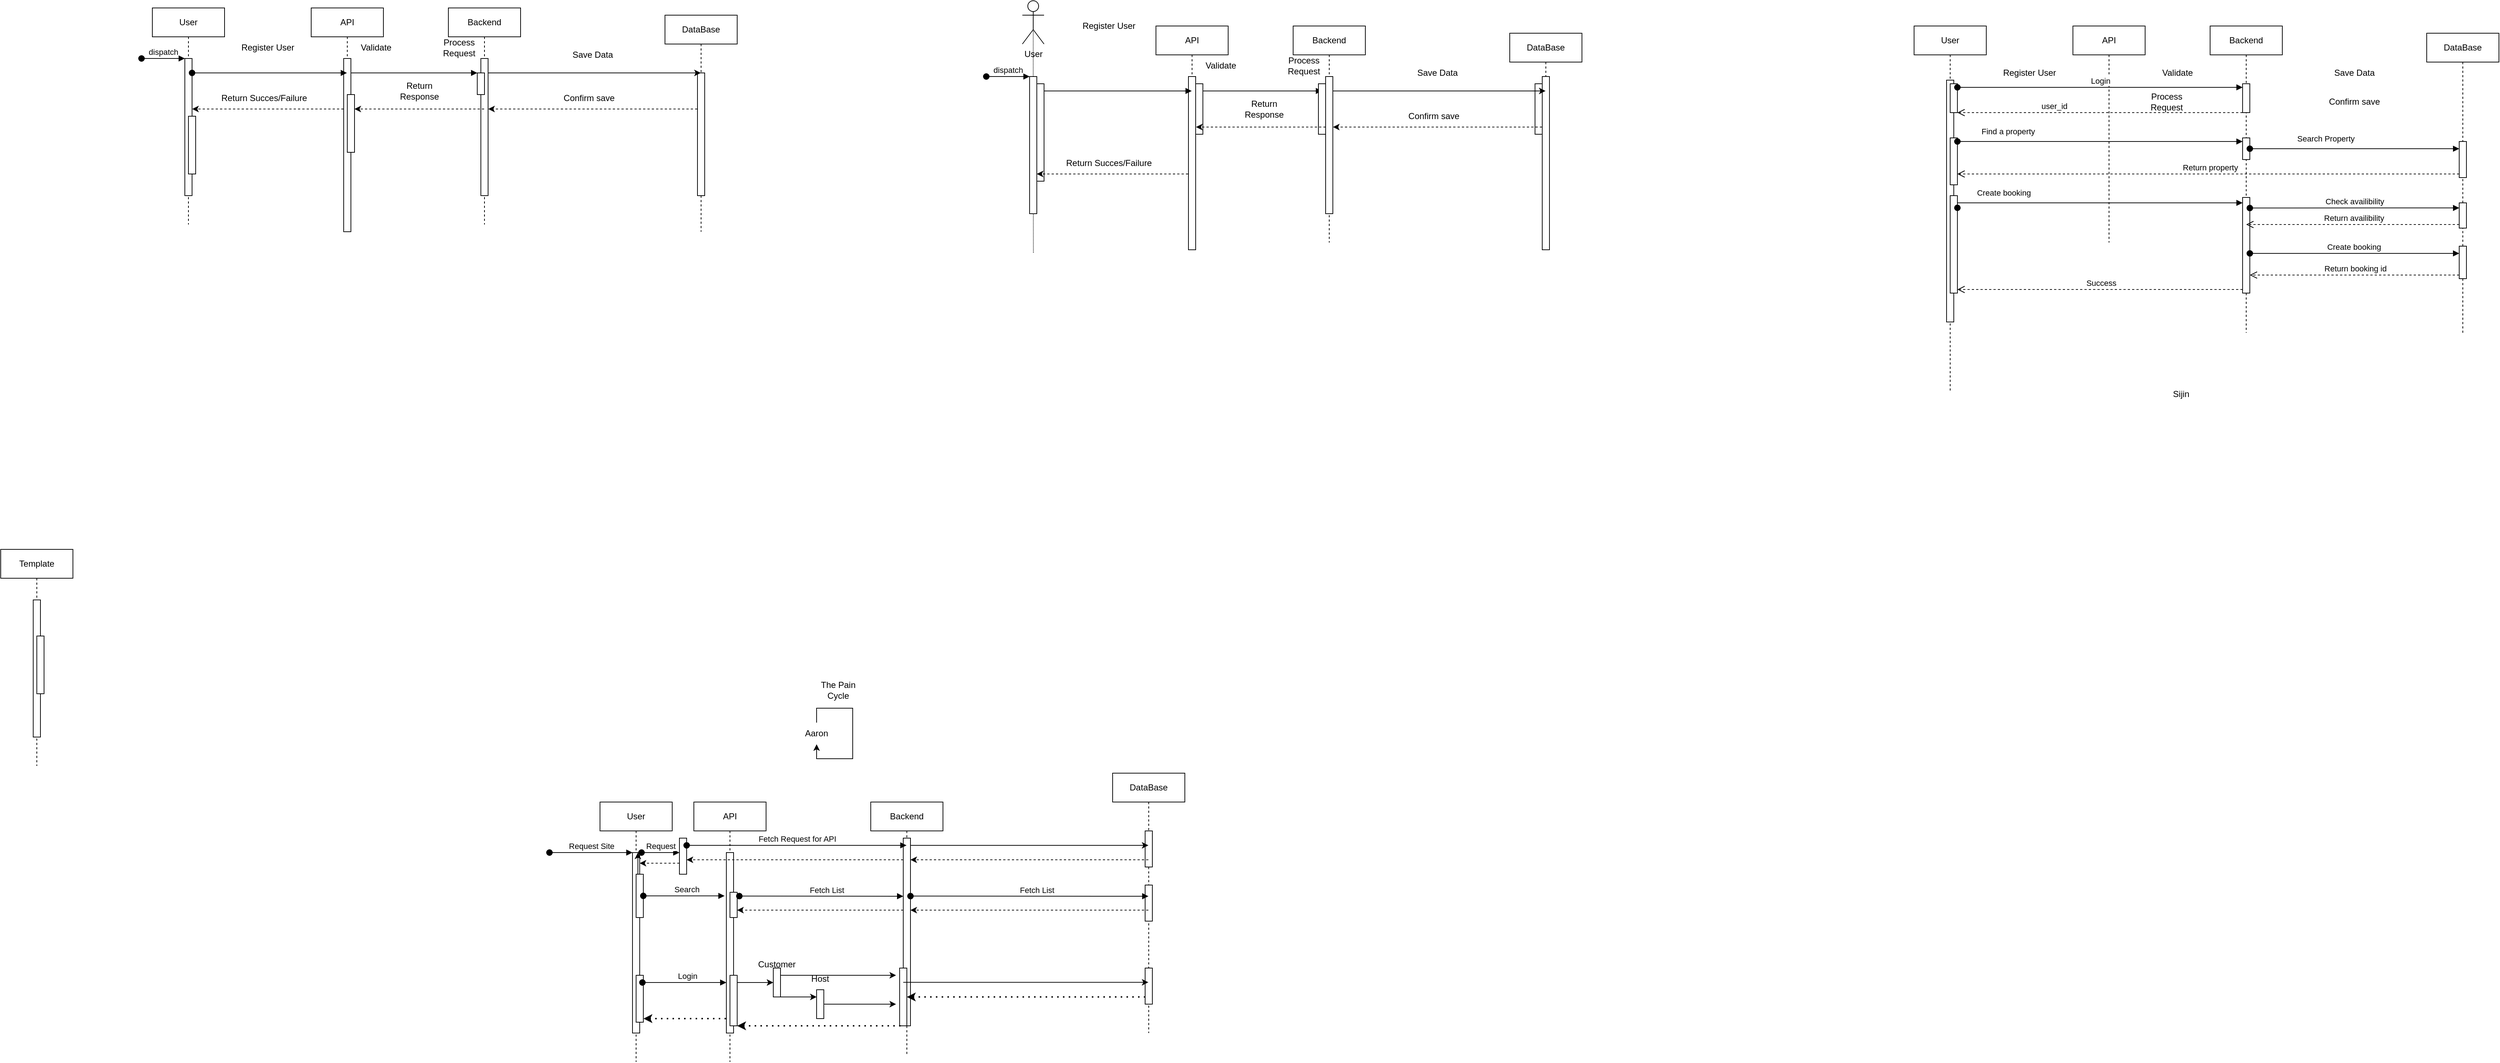
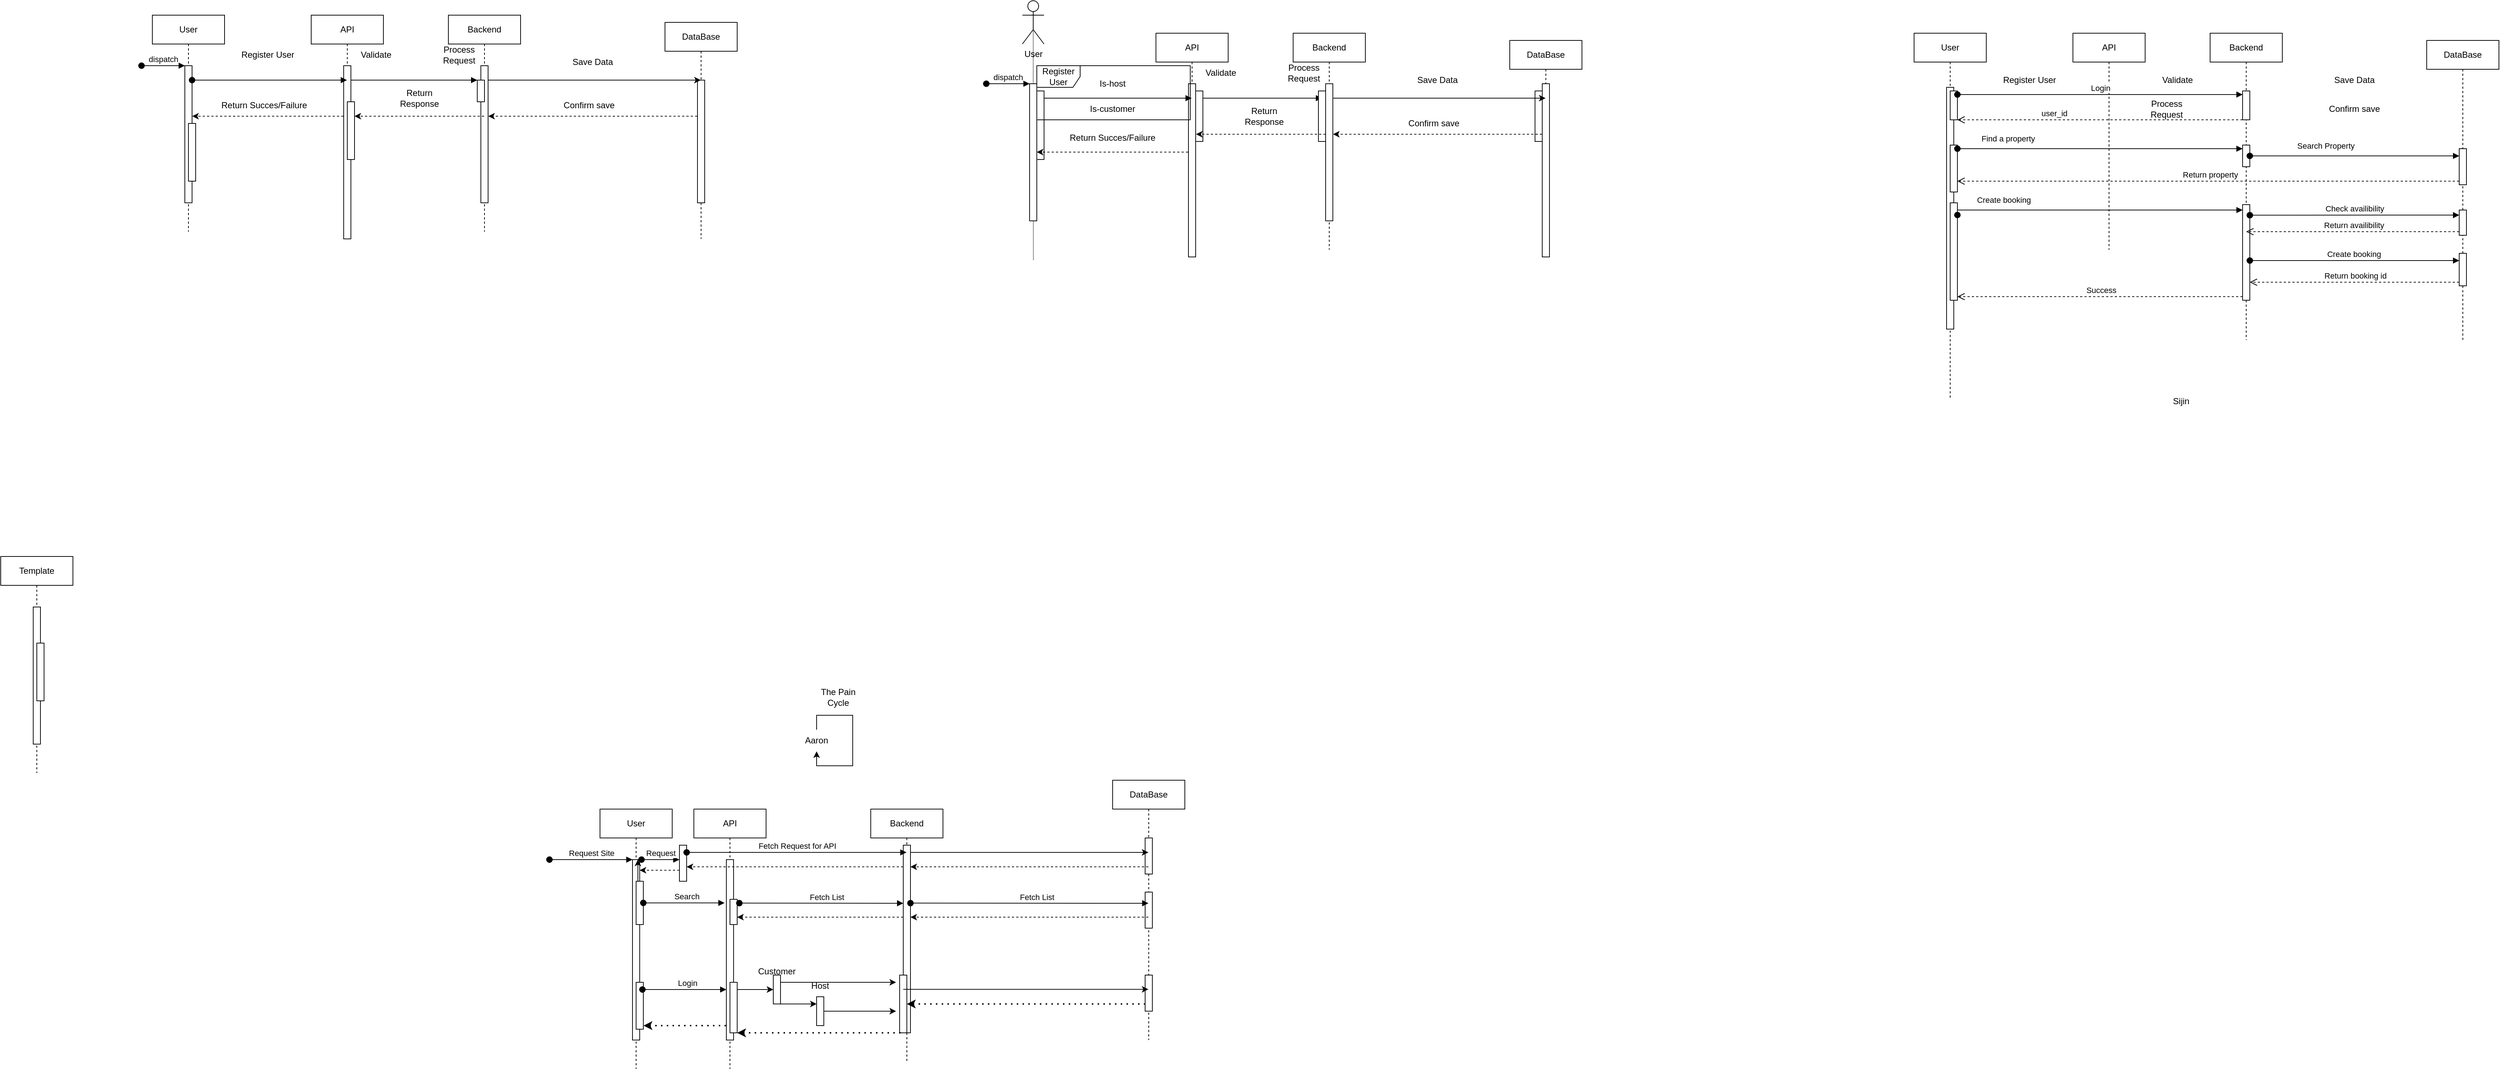
<mxfile host="app.diagrams.net" agent="5.0 (Macintosh; Intel Mac OS X 10_15_7) AppleWebKit/537.36 (KHTML, like Gecko) Chrome/109.0.0.0 Safari/537.36">
  <diagram name="Page-1" id="2YBvvXClWsGukQMizWep">
-     <mxGraphModel dx="2179" dy="649" grid="1" gridSize="10" guides="1" tooltips="1" connect="1" arrows="1" fold="1" page="1" pageScale="1" pageWidth="850" pageHeight="1100" math="0" shadow="0">
+     <mxGraphModel dx="1977" dy="550" grid="1" gridSize="10" guides="1" tooltips="1" connect="1" arrows="1" fold="1" page="1" pageScale="1" pageWidth="850" pageHeight="1100" math="0" shadow="0">
      <root>
        <mxCell id="0" />
        <mxCell id="1" parent="0" />
        <mxCell id="aM9ryv3xv72pqoxQDRHE-1" parent="1" style="shape=umlLifeline;perimeter=lifelinePerimeter;whiteSpace=wrap;html=1;container=0;dropTarget=0;collapsible=0;recursiveResize=0;outlineConnect=0;portConstraint=eastwest;newEdgeStyle={&quot;edgeStyle&quot;:&quot;elbowEdgeStyle&quot;,&quot;elbow&quot;:&quot;vertical&quot;,&quot;curved&quot;:0,&quot;rounded&quot;:0};" value="User" vertex="1">
          <mxGeometry height="300" width="100" x="-610" y="30" as="geometry" />
        </mxCell>
        <mxCell id="aM9ryv3xv72pqoxQDRHE-2" parent="aM9ryv3xv72pqoxQDRHE-1" style="html=1;points=[];perimeter=orthogonalPerimeter;outlineConnect=0;targetShapes=umlLifeline;portConstraint=eastwest;newEdgeStyle={&quot;edgeStyle&quot;:&quot;elbowEdgeStyle&quot;,&quot;elbow&quot;:&quot;vertical&quot;,&quot;curved&quot;:0,&quot;rounded&quot;:0};" value="" vertex="1">
          <mxGeometry height="190" width="10" x="45" y="70" as="geometry" />
        </mxCell>
        <mxCell id="aM9ryv3xv72pqoxQDRHE-3" edge="1" parent="aM9ryv3xv72pqoxQDRHE-1" style="html=1;verticalAlign=bottom;startArrow=oval;endArrow=block;startSize=8;edgeStyle=elbowEdgeStyle;elbow=vertical;curved=0;rounded=0;" target="aM9ryv3xv72pqoxQDRHE-2" value="dispatch">
          <mxGeometry relative="1" as="geometry">
            <mxPoint x="-15" y="70" as="sourcePoint" />
          </mxGeometry>
        </mxCell>
        <mxCell id="aM9ryv3xv72pqoxQDRHE-4" parent="aM9ryv3xv72pqoxQDRHE-1" style="html=1;points=[];perimeter=orthogonalPerimeter;outlineConnect=0;targetShapes=umlLifeline;portConstraint=eastwest;newEdgeStyle={&quot;edgeStyle&quot;:&quot;elbowEdgeStyle&quot;,&quot;elbow&quot;:&quot;vertical&quot;,&quot;curved&quot;:0,&quot;rounded&quot;:0};" value="" vertex="1">
          <mxGeometry height="80" width="10" x="50" y="150" as="geometry" />
        </mxCell>
        <mxCell id="aM9ryv3xv72pqoxQDRHE-5" parent="1" style="shape=umlLifeline;perimeter=lifelinePerimeter;whiteSpace=wrap;html=1;container=0;dropTarget=0;collapsible=0;recursiveResize=0;outlineConnect=0;portConstraint=eastwest;newEdgeStyle={&quot;edgeStyle&quot;:&quot;elbowEdgeStyle&quot;,&quot;elbow&quot;:&quot;vertical&quot;,&quot;curved&quot;:0,&quot;rounded&quot;:0};" value="DataBase" vertex="1">
          <mxGeometry height="300" width="100" x="100" y="40" as="geometry" />
        </mxCell>
        <mxCell id="aM9ryv3xv72pqoxQDRHE-6" parent="aM9ryv3xv72pqoxQDRHE-5" style="html=1;points=[];perimeter=orthogonalPerimeter;outlineConnect=0;targetShapes=umlLifeline;portConstraint=eastwest;newEdgeStyle={&quot;edgeStyle&quot;:&quot;elbowEdgeStyle&quot;,&quot;elbow&quot;:&quot;vertical&quot;,&quot;curved&quot;:0,&quot;rounded&quot;:0};" value="" vertex="1">
          <mxGeometry height="170" width="10" x="45" y="80" as="geometry" />
        </mxCell>
        <mxCell id="aM9ryv3xv72pqoxQDRHE-7" edge="1" parent="1" source="7Z1T8ZwHcXeBXznP6D7j-6" style="html=1;verticalAlign=bottom;endArrow=block;edgeStyle=elbowEdgeStyle;elbow=vertical;curved=0;rounded=0;" target="7Z1T8ZwHcXeBXznP6D7j-11" value="">
          <mxGeometry relative="1" x="0.0616" as="geometry">
            <mxPoint as="offset" />
            <Array as="points">
              <mxPoint x="-200" y="120" />
            </Array>
            <mxPoint x="-445" y="120" as="sourcePoint" />
            <mxPoint x="-160" y="120" as="targetPoint" />
          </mxGeometry>
        </mxCell>
        <mxCell id="7Z1T8ZwHcXeBXznP6D7j-5" parent="1" style="shape=umlLifeline;perimeter=lifelinePerimeter;whiteSpace=wrap;html=1;container=0;dropTarget=0;collapsible=0;recursiveResize=0;outlineConnect=0;portConstraint=eastwest;newEdgeStyle={&quot;edgeStyle&quot;:&quot;elbowEdgeStyle&quot;,&quot;elbow&quot;:&quot;vertical&quot;,&quot;curved&quot;:0,&quot;rounded&quot;:0};" value="API" vertex="1">
          <mxGeometry height="300" width="100" x="-390" y="30" as="geometry" />
        </mxCell>
        <mxCell id="7Z1T8ZwHcXeBXznP6D7j-6" parent="7Z1T8ZwHcXeBXznP6D7j-5" style="html=1;points=[];perimeter=orthogonalPerimeter;outlineConnect=0;targetShapes=umlLifeline;portConstraint=eastwest;newEdgeStyle={&quot;edgeStyle&quot;:&quot;elbowEdgeStyle&quot;,&quot;elbow&quot;:&quot;vertical&quot;,&quot;curved&quot;:0,&quot;rounded&quot;:0};" value="" vertex="1">
          <mxGeometry height="240" width="10" x="45" y="70" as="geometry" />
        </mxCell>
        <mxCell id="7Z1T8ZwHcXeBXznP6D7j-8" parent="7Z1T8ZwHcXeBXznP6D7j-5" style="html=1;points=[];perimeter=orthogonalPerimeter;outlineConnect=0;targetShapes=umlLifeline;portConstraint=eastwest;newEdgeStyle={&quot;edgeStyle&quot;:&quot;elbowEdgeStyle&quot;,&quot;elbow&quot;:&quot;vertical&quot;,&quot;curved&quot;:0,&quot;rounded&quot;:0};" value="" vertex="1">
          <mxGeometry height="80" width="10" x="50" y="120" as="geometry" />
        </mxCell>
        <mxCell id="7Z1T8ZwHcXeBXznP6D7j-9" parent="1" style="shape=umlLifeline;perimeter=lifelinePerimeter;whiteSpace=wrap;html=1;container=0;dropTarget=0;collapsible=0;recursiveResize=0;outlineConnect=0;portConstraint=eastwest;newEdgeStyle={&quot;edgeStyle&quot;:&quot;elbowEdgeStyle&quot;,&quot;elbow&quot;:&quot;vertical&quot;,&quot;curved&quot;:0,&quot;rounded&quot;:0};" value="&lt;div&gt;Backend&lt;/div&gt;" vertex="1">
          <mxGeometry height="300" width="100" x="-200" y="30" as="geometry" />
        </mxCell>
        <mxCell id="7Z1T8ZwHcXeBXznP6D7j-10" parent="7Z1T8ZwHcXeBXznP6D7j-9" style="html=1;points=[];perimeter=orthogonalPerimeter;outlineConnect=0;targetShapes=umlLifeline;portConstraint=eastwest;newEdgeStyle={&quot;edgeStyle&quot;:&quot;elbowEdgeStyle&quot;,&quot;elbow&quot;:&quot;vertical&quot;,&quot;curved&quot;:0,&quot;rounded&quot;:0};" value="" vertex="1">
          <mxGeometry height="190" width="10" x="45" y="70" as="geometry" />
        </mxCell>
        <mxCell id="7Z1T8ZwHcXeBXznP6D7j-11" parent="7Z1T8ZwHcXeBXznP6D7j-9" style="html=1;points=[];perimeter=orthogonalPerimeter;outlineConnect=0;targetShapes=umlLifeline;portConstraint=eastwest;newEdgeStyle={&quot;edgeStyle&quot;:&quot;elbowEdgeStyle&quot;,&quot;elbow&quot;:&quot;vertical&quot;,&quot;curved&quot;:0,&quot;rounded&quot;:0};" value="" vertex="1">
          <mxGeometry height="30" width="10" x="40" y="90" as="geometry" />
        </mxCell>
        <mxCell id="7Z1T8ZwHcXeBXznP6D7j-12" parent="1" style="shape=umlLifeline;perimeter=lifelinePerimeter;whiteSpace=wrap;html=1;container=0;dropTarget=0;collapsible=0;recursiveResize=0;outlineConnect=0;portConstraint=eastwest;newEdgeStyle={&quot;edgeStyle&quot;:&quot;elbowEdgeStyle&quot;,&quot;elbow&quot;:&quot;vertical&quot;,&quot;curved&quot;:0,&quot;rounded&quot;:0};" value="Template" vertex="1">
          <mxGeometry height="300" width="100" x="-820" y="780" as="geometry" />
        </mxCell>
        <mxCell id="7Z1T8ZwHcXeBXznP6D7j-13" parent="7Z1T8ZwHcXeBXznP6D7j-12" style="html=1;points=[];perimeter=orthogonalPerimeter;outlineConnect=0;targetShapes=umlLifeline;portConstraint=eastwest;newEdgeStyle={&quot;edgeStyle&quot;:&quot;elbowEdgeStyle&quot;,&quot;elbow&quot;:&quot;vertical&quot;,&quot;curved&quot;:0,&quot;rounded&quot;:0};" value="" vertex="1">
          <mxGeometry height="190" width="10" x="45" y="70" as="geometry" />
        </mxCell>
        <mxCell id="7Z1T8ZwHcXeBXznP6D7j-14" parent="7Z1T8ZwHcXeBXznP6D7j-12" style="html=1;points=[];perimeter=orthogonalPerimeter;outlineConnect=0;targetShapes=umlLifeline;portConstraint=eastwest;newEdgeStyle={&quot;edgeStyle&quot;:&quot;elbowEdgeStyle&quot;,&quot;elbow&quot;:&quot;vertical&quot;,&quot;curved&quot;:0,&quot;rounded&quot;:0};" value="" vertex="1">
          <mxGeometry height="80" width="10" x="50" y="120" as="geometry" />
        </mxCell>
        <mxCell id="D9VVy2PClrj1YHKQl20F-1" parent="1" style="text;html=1;whiteSpace=wrap;strokeColor=none;fillColor=none;align=center;verticalAlign=middle;rounded=0;" value="Register User" vertex="1">
          <mxGeometry height="30" width="100" x="-500" y="70" as="geometry" />
        </mxCell>
        <mxCell id="D9VVy2PClrj1YHKQl20F-2" parent="1" style="text;html=1;whiteSpace=wrap;strokeColor=none;fillColor=none;align=center;verticalAlign=middle;rounded=0;" value="Validate" vertex="1">
          <mxGeometry height="30" width="60" x="-330" y="70" as="geometry" />
        </mxCell>
        <mxCell id="D9VVy2PClrj1YHKQl20F-3" parent="1" style="text;html=1;whiteSpace=wrap;strokeColor=none;fillColor=none;align=center;verticalAlign=middle;rounded=0;" value="Process Request" vertex="1">
          <mxGeometry height="30" width="60" x="-215" y="70" as="geometry" />
        </mxCell>
        <mxCell id="I_nbtK1dwFWHWanF6EMp-1" parent="1" style="text;html=1;whiteSpace=wrap;strokeColor=none;fillColor=none;align=center;verticalAlign=middle;rounded=0;" value="Save Data" vertex="1">
          <mxGeometry height="30" width="60" x="-30" y="80" as="geometry" />
        </mxCell>
        <mxCell id="I_nbtK1dwFWHWanF6EMp-2" parent="1" style="text;html=1;whiteSpace=wrap;strokeColor=none;fillColor=none;align=center;verticalAlign=middle;rounded=0;" value="Confirm save" vertex="1">
          <mxGeometry height="30" width="80" x="-44.75" y="140" as="geometry" />
        </mxCell>
        <mxCell id="I_nbtK1dwFWHWanF6EMp-3" parent="1" style="text;html=1;whiteSpace=wrap;strokeColor=none;fillColor=none;align=center;verticalAlign=middle;rounded=0;" value="Return Response" vertex="1">
          <mxGeometry height="30" width="60" x="-270" y="130" as="geometry" />
        </mxCell>
        <mxCell id="I_nbtK1dwFWHWanF6EMp-4" parent="1" style="text;html=1;whiteSpace=wrap;strokeColor=none;fillColor=none;align=center;verticalAlign=middle;rounded=0;" value="Return Succes/Failure" vertex="1">
          <mxGeometry height="30" width="140" x="-524.75" y="140" as="geometry" />
        </mxCell>
        <mxCell id="7Z1T8ZwHcXeBXznP6D7j-20" parent="1" style="shape=umlLifeline;perimeter=lifelinePerimeter;whiteSpace=wrap;html=1;container=0;dropTarget=0;collapsible=0;recursiveResize=0;outlineConnect=0;portConstraint=eastwest;newEdgeStyle={&quot;edgeStyle&quot;:&quot;elbowEdgeStyle&quot;,&quot;elbow&quot;:&quot;vertical&quot;,&quot;curved&quot;:0,&quot;rounded&quot;:0};" value="User" vertex="1">
          <mxGeometry height="360" width="100" x="10" y="1130" as="geometry" />
        </mxCell>
        <mxCell id="7Z1T8ZwHcXeBXznP6D7j-21" parent="7Z1T8ZwHcXeBXznP6D7j-20" style="html=1;points=[];perimeter=orthogonalPerimeter;outlineConnect=0;targetShapes=umlLifeline;portConstraint=eastwest;newEdgeStyle={&quot;edgeStyle&quot;:&quot;elbowEdgeStyle&quot;,&quot;elbow&quot;:&quot;vertical&quot;,&quot;curved&quot;:0,&quot;rounded&quot;:0};" value="" vertex="1">
          <mxGeometry height="250" width="10" x="45" y="70" as="geometry" />
        </mxCell>
        <mxCell id="7Z1T8ZwHcXeBXznP6D7j-22" edge="1" parent="7Z1T8ZwHcXeBXznP6D7j-20" style="html=1;verticalAlign=bottom;startArrow=oval;endArrow=block;startSize=8;edgeStyle=elbowEdgeStyle;elbow=vertical;curved=0;rounded=0;" target="7Z1T8ZwHcXeBXznP6D7j-21" value="&lt;div&gt;Request Site&lt;/div&gt;">
          <mxGeometry relative="1" as="geometry">
            <mxPoint x="-70" y="70" as="sourcePoint" />
          </mxGeometry>
        </mxCell>
        <mxCell id="7Z1T8ZwHcXeBXznP6D7j-53" edge="1" parent="7Z1T8ZwHcXeBXznP6D7j-20" source="7Z1T8ZwHcXeBXznP6D7j-23" style="edgeStyle=elbowEdgeStyle;rounded=0;orthogonalLoop=1;jettySize=auto;html=1;elbow=vertical;curved=0;" target="7Z1T8ZwHcXeBXznP6D7j-21">
          <mxGeometry relative="1" as="geometry" />
        </mxCell>
        <mxCell id="7Z1T8ZwHcXeBXznP6D7j-23" parent="7Z1T8ZwHcXeBXznP6D7j-20" style="html=1;points=[];perimeter=orthogonalPerimeter;outlineConnect=0;targetShapes=umlLifeline;portConstraint=eastwest;newEdgeStyle={&quot;edgeStyle&quot;:&quot;elbowEdgeStyle&quot;,&quot;elbow&quot;:&quot;vertical&quot;,&quot;curved&quot;:0,&quot;rounded&quot;:0};" value="" vertex="1">
          <mxGeometry height="60" width="10" x="50" y="100" as="geometry" />
        </mxCell>
        <mxCell id="7Z1T8ZwHcXeBXznP6D7j-61" parent="7Z1T8ZwHcXeBXznP6D7j-20" style="html=1;points=[];perimeter=orthogonalPerimeter;outlineConnect=0;targetShapes=umlLifeline;portConstraint=eastwest;newEdgeStyle={&quot;edgeStyle&quot;:&quot;elbowEdgeStyle&quot;,&quot;elbow&quot;:&quot;vertical&quot;,&quot;curved&quot;:0,&quot;rounded&quot;:0};" value="" vertex="1">
          <mxGeometry height="65" width="10" x="50" y="240" as="geometry" />
        </mxCell>
        <mxCell id="_QFFP_39c0ER-aZENGy8-1" edge="1" parent="1" source="7Z1T8ZwHcXeBXznP6D7j-10" style="endArrow=classic;html=1;rounded=0;" target="aM9ryv3xv72pqoxQDRHE-5" value="">
          <mxGeometry height="50" relative="1" width="50" as="geometry">
            <Array as="points">
              <mxPoint x="10" y="120" />
            </Array>
            <mxPoint x="-150" y="160" as="sourcePoint" />
            <mxPoint x="-100" y="110" as="targetPoint" />
          </mxGeometry>
        </mxCell>
        <mxCell id="7Z1T8ZwHcXeBXznP6D7j-24" parent="1" style="shape=umlLifeline;perimeter=lifelinePerimeter;whiteSpace=wrap;html=1;container=0;dropTarget=0;collapsible=0;recursiveResize=0;outlineConnect=0;portConstraint=eastwest;newEdgeStyle={&quot;edgeStyle&quot;:&quot;elbowEdgeStyle&quot;,&quot;elbow&quot;:&quot;vertical&quot;,&quot;curved&quot;:0,&quot;rounded&quot;:0};" value="DataBase" vertex="1">
          <mxGeometry height="360" width="100" x="720" y="1090" as="geometry" />
        </mxCell>
        <mxCell id="7Z1T8ZwHcXeBXznP6D7j-25" parent="7Z1T8ZwHcXeBXznP6D7j-24" style="html=1;points=[];perimeter=orthogonalPerimeter;outlineConnect=0;targetShapes=umlLifeline;portConstraint=eastwest;newEdgeStyle={&quot;edgeStyle&quot;:&quot;elbowEdgeStyle&quot;,&quot;elbow&quot;:&quot;vertical&quot;,&quot;curved&quot;:0,&quot;rounded&quot;:0};" value="" vertex="1">
          <mxGeometry height="50" width="10" x="45" y="80" as="geometry" />
        </mxCell>
        <mxCell id="7Z1T8ZwHcXeBXznP6D7j-74" parent="7Z1T8ZwHcXeBXznP6D7j-24" style="html=1;points=[];perimeter=orthogonalPerimeter;outlineConnect=0;targetShapes=umlLifeline;portConstraint=eastwest;newEdgeStyle={&quot;edgeStyle&quot;:&quot;elbowEdgeStyle&quot;,&quot;elbow&quot;:&quot;vertical&quot;,&quot;curved&quot;:0,&quot;rounded&quot;:0};" value="" vertex="1">
          <mxGeometry height="50" width="10" x="45" y="155" as="geometry" />
        </mxCell>
        <mxCell id="7Z1T8ZwHcXeBXznP6D7j-81" parent="7Z1T8ZwHcXeBXznP6D7j-24" style="html=1;points=[];perimeter=orthogonalPerimeter;outlineConnect=0;targetShapes=umlLifeline;portConstraint=eastwest;newEdgeStyle={&quot;edgeStyle&quot;:&quot;elbowEdgeStyle&quot;,&quot;elbow&quot;:&quot;vertical&quot;,&quot;curved&quot;:0,&quot;rounded&quot;:0};" value="" vertex="1">
          <mxGeometry height="50" width="10" x="45" y="270" as="geometry" />
        </mxCell>
        <mxCell id="_QFFP_39c0ER-aZENGy8-2" edge="1" parent="1" style="endArrow=classic;html=1;rounded=0;dashed=1;" value="">
          <mxGeometry height="50" relative="1" width="50" as="geometry">
            <Array as="points">
              <mxPoint x="-4.75" y="170" />
            </Array>
            <mxPoint x="144.75" y="169.9999999999999" as="sourcePoint" />
            <mxPoint x="-144.75" y="169.9999999999999" as="targetPoint" />
          </mxGeometry>
        </mxCell>
        <mxCell id="_QFFP_39c0ER-aZENGy8-3" edge="1" parent="1" style="endArrow=classic;html=1;rounded=0;dashed=1;" value="">
          <mxGeometry height="50" relative="1" width="50" as="geometry">
            <Array as="points">
              <mxPoint x="-240" y="170" />
            </Array>
            <mxPoint x="-150.5" y="169.9999999999999" as="sourcePoint" />
            <mxPoint x="-330" y="169.9999999999999" as="targetPoint" />
          </mxGeometry>
        </mxCell>
        <mxCell id="_QFFP_39c0ER-aZENGy8-4" edge="1" parent="1" style="endArrow=classic;html=1;rounded=0;dashed=1;" value="">
          <mxGeometry height="50" relative="1" width="50" as="geometry">
            <Array as="points">
              <mxPoint x="-444.75" y="170" />
            </Array>
            <mxPoint x="-345.25" y="169.9999999999999" as="sourcePoint" />
            <mxPoint x="-554.75" y="169.9999999999999" as="targetPoint" />
          </mxGeometry>
        </mxCell>
        <mxCell id="7Z1T8ZwHcXeBXznP6D7j-30" parent="1" style="shape=umlLifeline;perimeter=lifelinePerimeter;whiteSpace=wrap;html=1;container=0;dropTarget=0;collapsible=0;recursiveResize=0;outlineConnect=0;portConstraint=eastwest;newEdgeStyle={&quot;edgeStyle&quot;:&quot;elbowEdgeStyle&quot;,&quot;elbow&quot;:&quot;vertical&quot;,&quot;curved&quot;:0,&quot;rounded&quot;:0};" value="API" vertex="1">
          <mxGeometry height="360" width="100" x="140" y="1130" as="geometry" />
        </mxCell>
        <mxCell id="7Z1T8ZwHcXeBXznP6D7j-31" parent="7Z1T8ZwHcXeBXznP6D7j-30" style="html=1;points=[];perimeter=orthogonalPerimeter;outlineConnect=0;targetShapes=umlLifeline;portConstraint=eastwest;newEdgeStyle={&quot;edgeStyle&quot;:&quot;elbowEdgeStyle&quot;,&quot;elbow&quot;:&quot;vertical&quot;,&quot;curved&quot;:0,&quot;rounded&quot;:0};" value="" vertex="1">
          <mxGeometry height="250" width="10" x="45" y="70" as="geometry" />
        </mxCell>
        <mxCell id="7Z1T8ZwHcXeBXznP6D7j-52" parent="7Z1T8ZwHcXeBXznP6D7j-30" style="html=1;points=[];perimeter=orthogonalPerimeter;outlineConnect=0;targetShapes=umlLifeline;portConstraint=eastwest;newEdgeStyle={&quot;edgeStyle&quot;:&quot;elbowEdgeStyle&quot;,&quot;elbow&quot;:&quot;vertical&quot;,&quot;curved&quot;:0,&quot;rounded&quot;:0};" value="" vertex="1">
          <mxGeometry height="35" width="10" x="50" y="125" as="geometry" />
        </mxCell>
        <mxCell id="7Z1T8ZwHcXeBXznP6D7j-60" parent="7Z1T8ZwHcXeBXznP6D7j-30" style="html=1;points=[];perimeter=orthogonalPerimeter;outlineConnect=0;targetShapes=umlLifeline;portConstraint=eastwest;newEdgeStyle={&quot;edgeStyle&quot;:&quot;elbowEdgeStyle&quot;,&quot;elbow&quot;:&quot;vertical&quot;,&quot;curved&quot;:0,&quot;rounded&quot;:0};" value="" vertex="1">
          <mxGeometry height="70" width="10" x="50" y="240" as="geometry" />
        </mxCell>
        <mxCell id="7Z1T8ZwHcXeBXznP6D7j-33" parent="1" style="shape=umlLifeline;perimeter=lifelinePerimeter;whiteSpace=wrap;html=1;container=0;dropTarget=0;collapsible=0;recursiveResize=0;outlineConnect=0;portConstraint=eastwest;newEdgeStyle={&quot;edgeStyle&quot;:&quot;elbowEdgeStyle&quot;,&quot;elbow&quot;:&quot;vertical&quot;,&quot;curved&quot;:0,&quot;rounded&quot;:0};" value="&lt;div&gt;Backend&lt;/div&gt;" vertex="1">
          <mxGeometry height="350" width="100" x="385" y="1130" as="geometry" />
        </mxCell>
        <mxCell id="7Z1T8ZwHcXeBXznP6D7j-34" parent="7Z1T8ZwHcXeBXznP6D7j-33" style="html=1;points=[];perimeter=orthogonalPerimeter;outlineConnect=0;targetShapes=umlLifeline;portConstraint=eastwest;newEdgeStyle={&quot;edgeStyle&quot;:&quot;elbowEdgeStyle&quot;,&quot;elbow&quot;:&quot;vertical&quot;,&quot;curved&quot;:0,&quot;rounded&quot;:0};" value="" vertex="1">
          <mxGeometry height="260" width="10" x="45" y="50" as="geometry" />
        </mxCell>
        <mxCell id="7Z1T8ZwHcXeBXznP6D7j-82" parent="7Z1T8ZwHcXeBXznP6D7j-33" style="html=1;points=[];perimeter=orthogonalPerimeter;outlineConnect=0;targetShapes=umlLifeline;portConstraint=eastwest;newEdgeStyle={&quot;edgeStyle&quot;:&quot;elbowEdgeStyle&quot;,&quot;elbow&quot;:&quot;vertical&quot;,&quot;curved&quot;:0,&quot;rounded&quot;:0};" value="" vertex="1">
          <mxGeometry height="80" width="10" x="40" y="230" as="geometry" />
        </mxCell>
        <mxCell id="68ymO_Sjnk0znAFFcrqy-1" parent="1" style="shape=umlLifeline;perimeter=lifelinePerimeter;whiteSpace=wrap;html=1;container=0;dropTarget=0;collapsible=0;recursiveResize=0;outlineConnect=0;portConstraint=eastwest;newEdgeStyle={&quot;edgeStyle&quot;:&quot;elbowEdgeStyle&quot;,&quot;elbow&quot;:&quot;vertical&quot;,&quot;curved&quot;:0,&quot;rounded&quot;:0};" value="User" vertex="1">
          <mxGeometry height="505" width="100" x="1830" y="55" as="geometry" />
        </mxCell>
        <mxCell id="DhhXMbWg79UAvs8icK3S-2" parent="68ymO_Sjnk0znAFFcrqy-1" style="html=1;points=[];perimeter=orthogonalPerimeter;outlineConnect=0;targetShapes=umlLifeline;portConstraint=eastwest;newEdgeStyle={&quot;edgeStyle&quot;:&quot;elbowEdgeStyle&quot;,&quot;elbow&quot;:&quot;vertical&quot;,&quot;curved&quot;:0,&quot;rounded&quot;:0};" value="" vertex="1">
          <mxGeometry height="335" width="10" x="45" y="75" as="geometry" />
        </mxCell>
        <mxCell id="DhhXMbWg79UAvs8icK3S-4" parent="68ymO_Sjnk0znAFFcrqy-1" style="html=1;points=[];perimeter=orthogonalPerimeter;outlineConnect=0;targetShapes=umlLifeline;portConstraint=eastwest;newEdgeStyle={&quot;edgeStyle&quot;:&quot;elbowEdgeStyle&quot;,&quot;elbow&quot;:&quot;vertical&quot;,&quot;curved&quot;:0,&quot;rounded&quot;:0};" value="" vertex="1">
          <mxGeometry height="40" width="10" x="50" y="80" as="geometry" />
        </mxCell>
        <mxCell id="DqHyfR3eGS3xM4o2pyak-10" parent="68ymO_Sjnk0znAFFcrqy-1" style="html=1;points=[];perimeter=orthogonalPerimeter;outlineConnect=0;targetShapes=umlLifeline;portConstraint=eastwest;newEdgeStyle={&quot;edgeStyle&quot;:&quot;elbowEdgeStyle&quot;,&quot;elbow&quot;:&quot;vertical&quot;,&quot;curved&quot;:0,&quot;rounded&quot;:0};" value="&lt;span style=&quot;color: rgba(0, 0, 0, 0); font-family: monospace; font-size: 0px; text-align: start;&quot;&gt;%3CmxGraphModel%3E%3Croot%3E%3CmxCell%20id%3D%220%22%2F%3E%3CmxCell%20id%3D%221%22%20parent%3D%220%22%2F%3E%3CmxCell%20id%3D%222%22%20parent%3D%221%22%20style%3D%22html%3D1%3Bpoints%3D%5B%5D%3Bperimeter%3DorthogonalPerimeter%3BoutlineConnect%3D0%3BtargetShapes%3DumlLifeline%3BportConstraint%3Deastwest%3BnewEdgeStyle%3D%7B%26quot%3BedgeStyle%26quot%3B%3A%26quot%3BelbowEdgeStyle%26quot%3B%2C%26quot%3Belbow%26quot%3B%3A%26quot%3Bvertical%26quot%3B%2C%26quot%3Bcurved%26quot%3B%3A0%2C%26quot%3Brounded%26quot%3B%3A0%7D%3B%22%20value%3D%22%22%20vertex%3D%221%22%3E%3CmxGeometry%20height%3D%2230%22%20width%3D%2210%22%20x%3D%222285%22%20y%3D%22210%22%20as%3D%22geometry%22%2F%3E%3C%2FmxCell%3E%3C%2Froot%3E%3C%2FmxGraphModel%3E&lt;/span&gt;" vertex="1">
          <mxGeometry height="65" width="10" x="50" y="155" as="geometry" />
        </mxCell>
        <mxCell id="DqHyfR3eGS3xM4o2pyak-20" parent="68ymO_Sjnk0znAFFcrqy-1" style="html=1;points=[];perimeter=orthogonalPerimeter;outlineConnect=0;targetShapes=umlLifeline;portConstraint=eastwest;newEdgeStyle={&quot;edgeStyle&quot;:&quot;elbowEdgeStyle&quot;,&quot;elbow&quot;:&quot;vertical&quot;,&quot;curved&quot;:0,&quot;rounded&quot;:0};" value="" vertex="1">
          <mxGeometry height="135" width="10" x="50" y="235" as="geometry" />
        </mxCell>
        <mxCell id="68ymO_Sjnk0znAFFcrqy-5" parent="1" style="shape=umlLifeline;perimeter=lifelinePerimeter;whiteSpace=wrap;html=1;container=0;dropTarget=0;collapsible=0;recursiveResize=0;outlineConnect=0;portConstraint=eastwest;newEdgeStyle={&quot;edgeStyle&quot;:&quot;elbowEdgeStyle&quot;,&quot;elbow&quot;:&quot;vertical&quot;,&quot;curved&quot;:0,&quot;rounded&quot;:0};" value="DataBase" vertex="1">
          <mxGeometry height="415" width="100" x="2540" y="65" as="geometry" />
        </mxCell>
        <mxCell id="68ymO_Sjnk0znAFFcrqy-6" parent="68ymO_Sjnk0znAFFcrqy-5" style="html=1;points=[];perimeter=orthogonalPerimeter;outlineConnect=0;targetShapes=umlLifeline;portConstraint=eastwest;newEdgeStyle={&quot;edgeStyle&quot;:&quot;elbowEdgeStyle&quot;,&quot;elbow&quot;:&quot;vertical&quot;,&quot;curved&quot;:0,&quot;rounded&quot;:0};" value="" vertex="1">
          <mxGeometry height="50" width="10" x="45" y="150" as="geometry" />
        </mxCell>
        <mxCell id="DqHyfR3eGS3xM4o2pyak-24" parent="68ymO_Sjnk0znAFFcrqy-5" style="html=1;points=[];perimeter=orthogonalPerimeter;outlineConnect=0;targetShapes=umlLifeline;portConstraint=eastwest;newEdgeStyle={&quot;edgeStyle&quot;:&quot;elbowEdgeStyle&quot;,&quot;elbow&quot;:&quot;vertical&quot;,&quot;curved&quot;:0,&quot;rounded&quot;:0};" value="" vertex="1">
          <mxGeometry height="35" width="10" x="45" y="235" as="geometry" />
        </mxCell>
        <mxCell id="DqHyfR3eGS3xM4o2pyak-26" parent="68ymO_Sjnk0znAFFcrqy-5" style="html=1;points=[];perimeter=orthogonalPerimeter;outlineConnect=0;targetShapes=umlLifeline;portConstraint=eastwest;newEdgeStyle={&quot;edgeStyle&quot;:&quot;elbowEdgeStyle&quot;,&quot;elbow&quot;:&quot;vertical&quot;,&quot;curved&quot;:0,&quot;rounded&quot;:0};" value="" vertex="1">
          <mxGeometry height="45" width="10" x="45" y="295" as="geometry" />
        </mxCell>
        <mxCell id="68ymO_Sjnk0znAFFcrqy-10" edge="1" parent="1" source="68ymO_Sjnk0znAFFcrqy-16" style="html=1;verticalAlign=bottom;endArrow=open;dashed=1;endSize=8;edgeStyle=elbowEdgeStyle;elbow=vertical;curved=0;rounded=0;" target="DhhXMbWg79UAvs8icK3S-4" value="user_id">
          <mxGeometry relative="1" x="0.325" as="geometry">
            <mxPoint as="offset" />
            <Array as="points">
              <mxPoint x="2260" y="175" />
            </Array>
            <mxPoint x="2260" y="175" as="sourcePoint" />
            <mxPoint x="1910" y="180" as="targetPoint" />
          </mxGeometry>
        </mxCell>
        <mxCell id="68ymO_Sjnk0znAFFcrqy-11" parent="1" style="shape=umlLifeline;perimeter=lifelinePerimeter;whiteSpace=wrap;html=1;container=0;dropTarget=0;collapsible=0;recursiveResize=0;outlineConnect=0;portConstraint=eastwest;newEdgeStyle={&quot;edgeStyle&quot;:&quot;elbowEdgeStyle&quot;,&quot;elbow&quot;:&quot;vertical&quot;,&quot;curved&quot;:0,&quot;rounded&quot;:0};" value="API" vertex="1">
          <mxGeometry height="300" width="100" x="2050" y="55" as="geometry" />
        </mxCell>
        <mxCell id="68ymO_Sjnk0znAFFcrqy-14" parent="1" style="shape=umlLifeline;perimeter=lifelinePerimeter;whiteSpace=wrap;html=1;container=0;dropTarget=0;collapsible=0;recursiveResize=0;outlineConnect=0;portConstraint=eastwest;newEdgeStyle={&quot;edgeStyle&quot;:&quot;elbowEdgeStyle&quot;,&quot;elbow&quot;:&quot;vertical&quot;,&quot;curved&quot;:0,&quot;rounded&quot;:0};" value="&lt;div&gt;Backend&lt;/div&gt;" vertex="1">
          <mxGeometry height="425" width="100" x="2240" y="55" as="geometry" />
        </mxCell>
        <mxCell id="68ymO_Sjnk0znAFFcrqy-16" parent="68ymO_Sjnk0znAFFcrqy-14" style="html=1;points=[];perimeter=orthogonalPerimeter;outlineConnect=0;targetShapes=umlLifeline;portConstraint=eastwest;newEdgeStyle={&quot;edgeStyle&quot;:&quot;elbowEdgeStyle&quot;,&quot;elbow&quot;:&quot;vertical&quot;,&quot;curved&quot;:0,&quot;rounded&quot;:0};" value="" vertex="1">
          <mxGeometry height="40" width="10" x="45" y="80" as="geometry" />
        </mxCell>
        <mxCell id="DqHyfR3eGS3xM4o2pyak-22" parent="68ymO_Sjnk0znAFFcrqy-14" style="html=1;points=[];perimeter=orthogonalPerimeter;outlineConnect=0;targetShapes=umlLifeline;portConstraint=eastwest;newEdgeStyle={&quot;edgeStyle&quot;:&quot;elbowEdgeStyle&quot;,&quot;elbow&quot;:&quot;vertical&quot;,&quot;curved&quot;:0,&quot;rounded&quot;:0};" value="" vertex="1">
          <mxGeometry height="132.5" width="10" x="45" y="237.5" as="geometry" />
        </mxCell>
        <mxCell id="68ymO_Sjnk0znAFFcrqy-17" edge="1" parent="1" source="DhhXMbWg79UAvs8icK3S-4" style="html=1;verticalAlign=bottom;startArrow=oval;endArrow=block;startSize=8;edgeStyle=elbowEdgeStyle;elbow=vertical;curved=0;rounded=0;" target="68ymO_Sjnk0znAFFcrqy-16" value="Login">
          <mxGeometry relative="1" as="geometry">
            <Array as="points">
              <mxPoint x="2270" y="140" />
            </Array>
            <mxPoint x="1900" y="140" as="sourcePoint" />
            <mxPoint x="2270" y="140" as="targetPoint" />
          </mxGeometry>
        </mxCell>
        <mxCell id="68ymO_Sjnk0znAFFcrqy-18" parent="1" style="text;html=1;whiteSpace=wrap;strokeColor=none;fillColor=none;align=center;verticalAlign=middle;rounded=0;" value="Register User" vertex="1">
          <mxGeometry height="30" width="100" x="1940" y="105" as="geometry" />
        </mxCell>
        <mxCell id="68ymO_Sjnk0znAFFcrqy-19" parent="1" style="text;html=1;whiteSpace=wrap;strokeColor=none;fillColor=none;align=center;verticalAlign=middle;rounded=0;" value="Validate" vertex="1">
          <mxGeometry height="30" width="60" x="2165" y="105" as="geometry" />
        </mxCell>
        <mxCell id="68ymO_Sjnk0znAFFcrqy-20" parent="1" style="text;html=1;whiteSpace=wrap;strokeColor=none;fillColor=none;align=center;verticalAlign=middle;rounded=0;" value="Process Request" vertex="1">
          <mxGeometry height="30" width="60" x="2150" y="145" as="geometry" />
        </mxCell>
        <mxCell id="68ymO_Sjnk0znAFFcrqy-21" parent="1" style="text;html=1;whiteSpace=wrap;strokeColor=none;fillColor=none;align=center;verticalAlign=middle;rounded=0;" value="Save Data" vertex="1">
          <mxGeometry height="30" width="60" x="2410" y="105" as="geometry" />
        </mxCell>
        <mxCell id="68ymO_Sjnk0znAFFcrqy-22" parent="1" style="text;html=1;whiteSpace=wrap;strokeColor=none;fillColor=none;align=center;verticalAlign=middle;rounded=0;" value="Confirm save" vertex="1">
          <mxGeometry height="30" width="80" x="2400" y="145" as="geometry" />
        </mxCell>
        <mxCell id="7Z1T8ZwHcXeBXznP6D7j-44" parent="1" style="html=1;points=[];perimeter=orthogonalPerimeter;outlineConnect=0;targetShapes=umlLifeline;portConstraint=eastwest;newEdgeStyle={&quot;edgeStyle&quot;:&quot;elbowEdgeStyle&quot;,&quot;elbow&quot;:&quot;vertical&quot;,&quot;curved&quot;:0,&quot;rounded&quot;:0};" value="" vertex="1">
          <mxGeometry height="50" width="10" x="120" y="1180" as="geometry" />
        </mxCell>
        <mxCell id="DhhXMbWg79UAvs8icK3S-5" parent="1" style="text;html=1;whiteSpace=wrap;strokeColor=none;fillColor=none;align=center;verticalAlign=middle;rounded=0;" value="Sijin" vertex="1">
          <mxGeometry height="30" width="140" x="2130" y="550" as="geometry" />
        </mxCell>
        <mxCell id="7Z1T8ZwHcXeBXznP6D7j-45" edge="1" parent="1" style="html=1;verticalAlign=bottom;startArrow=oval;endArrow=block;startSize=8;edgeStyle=elbowEdgeStyle;elbow=vertical;curved=0;rounded=0;" value="&lt;div&gt;Request&lt;/div&gt;">
          <mxGeometry relative="1" as="geometry">
            <mxPoint x="67.5" y="1200" as="sourcePoint" />
            <mxPoint x="120" y="1200" as="targetPoint" />
          </mxGeometry>
        </mxCell>
        <mxCell id="7Z1T8ZwHcXeBXznP6D7j-46" edge="1" parent="1" style="html=1;verticalAlign=bottom;startArrow=oval;endArrow=block;startSize=8;edgeStyle=elbowEdgeStyle;elbow=vertical;curved=0;rounded=0;" target="7Z1T8ZwHcXeBXznP6D7j-33" value="Fetch Request for API">
          <mxGeometry relative="1" as="geometry">
            <mxPoint x="130" y="1190" as="sourcePoint" />
            <mxPoint x="182.5" y="1190" as="targetPoint" />
          </mxGeometry>
        </mxCell>
        <mxCell id="7Z1T8ZwHcXeBXznP6D7j-48" edge="1" parent="1" source="7Z1T8ZwHcXeBXznP6D7j-24" style="endArrow=classic;html=1;rounded=0;dashed=1;" value="">
          <mxGeometry height="50" relative="1" width="50" as="geometry">
            <Array as="points">
              <mxPoint x="635.11" y="1210" />
            </Array>
            <mxPoint x="760" y="1210" as="sourcePoint" />
            <mxPoint x="440.0039393939395" y="1210" as="targetPoint" />
          </mxGeometry>
        </mxCell>
        <mxCell id="7Z1T8ZwHcXeBXznP6D7j-49" edge="1" parent="1" source="7Z1T8ZwHcXeBXznP6D7j-34" style="endArrow=classic;html=1;rounded=0;dashed=1;" target="7Z1T8ZwHcXeBXznP6D7j-44" value="">
          <mxGeometry height="50" relative="1" width="50" as="geometry">
            <Array as="points">
              <mxPoint x="410" y="1210" />
              <mxPoint x="400" y="1210" />
            </Array>
            <mxPoint x="434.75" y="1260" as="sourcePoint" />
            <mxPoint x="270" y="1260" as="targetPoint" />
          </mxGeometry>
        </mxCell>
        <mxCell id="7Z1T8ZwHcXeBXznP6D7j-50" edge="1" parent="1" style="endArrow=classic;html=1;rounded=0;dashed=1;" value="">
          <mxGeometry height="50" relative="1" width="50" as="geometry">
            <Array as="points">
              <mxPoint x="90" y="1214.75" />
            </Array>
            <mxPoint x="120" y="1214.75" as="sourcePoint" />
            <mxPoint x="65" y="1214.75" as="targetPoint" />
          </mxGeometry>
        </mxCell>
        <mxCell id="7Z1T8ZwHcXeBXznP6D7j-51" edge="1" parent="1" source="7Z1T8ZwHcXeBXznP6D7j-23" style="html=1;verticalAlign=bottom;startArrow=oval;endArrow=block;startSize=8;edgeStyle=elbowEdgeStyle;elbow=vertical;curved=0;rounded=0;" value="Search">
          <mxGeometry relative="1" x="0.0652" as="geometry">
            <mxPoint as="offset" />
            <mxPoint x="80" y="1260" as="sourcePoint" />
            <mxPoint x="182.5" y="1260" as="targetPoint" />
          </mxGeometry>
        </mxCell>
        <mxCell id="7Z1T8ZwHcXeBXznP6D7j-54" edge="1" parent="1" style="html=1;verticalAlign=bottom;startArrow=oval;endArrow=block;startSize=8;edgeStyle=elbowEdgeStyle;elbow=vertical;curved=0;rounded=0;" target="7Z1T8ZwHcXeBXznP6D7j-34" value="&lt;div&gt;Fetch List&lt;/div&gt;">
          <mxGeometry relative="1" x="0.0652" as="geometry">
            <mxPoint as="offset" />
            <mxPoint x="203" y="1260.3000000000002" as="sourcePoint" />
            <mxPoint x="420" y="1260" as="targetPoint" />
          </mxGeometry>
        </mxCell>
        <mxCell id="RGL2uUVUx_PTmSJQ5p5J-2" edge="1" parent="1" style="html=1;verticalAlign=bottom;startArrow=oval;endArrow=block;startSize=8;edgeStyle=elbowEdgeStyle;elbow=vertical;curved=0;rounded=0;" target="7Z1T8ZwHcXeBXznP6D7j-5" value="">
          <mxGeometry relative="1" x="-0.3939" y="10" as="geometry">
            <mxPoint as="offset" />
            <mxPoint x="-555" y="120" as="sourcePoint" />
            <mxPoint x="-500" y="120" as="targetPoint" />
          </mxGeometry>
        </mxCell>
        <mxCell id="7Z1T8ZwHcXeBXznP6D7j-56" edge="1" parent="1" style="endArrow=classic;html=1;rounded=0;endFill=1;" target="7Z1T8ZwHcXeBXznP6D7j-24" value="">
          <mxGeometry height="50" relative="1" width="50" as="geometry">
            <mxPoint x="440" y="1190" as="sourcePoint" />
            <mxPoint x="700" y="1190" as="targetPoint" />
          </mxGeometry>
        </mxCell>
        <mxCell id="DqHyfR3eGS3xM4o2pyak-12" parent="1" style="html=1;points=[];perimeter=orthogonalPerimeter;outlineConnect=0;targetShapes=umlLifeline;portConstraint=eastwest;newEdgeStyle={&quot;edgeStyle&quot;:&quot;elbowEdgeStyle&quot;,&quot;elbow&quot;:&quot;vertical&quot;,&quot;curved&quot;:0,&quot;rounded&quot;:0};" value="" vertex="1">
          <mxGeometry height="30" width="10" x="2285" y="210" as="geometry" />
        </mxCell>
        <mxCell id="7Z1T8ZwHcXeBXznP6D7j-57" edge="1" parent="1" style="html=1;verticalAlign=bottom;startArrow=oval;endArrow=block;startSize=8;edgeStyle=elbowEdgeStyle;elbow=vertical;curved=0;rounded=0;" target="7Z1T8ZwHcXeBXznP6D7j-24" value="&lt;div&gt;Fetch List&lt;/div&gt;">
          <mxGeometry relative="1" x="0.0652" as="geometry">
            <mxPoint as="offset" />
            <mxPoint x="440" y="1260.3000000000002" as="sourcePoint" />
            <mxPoint x="667" y="1260" as="targetPoint" />
          </mxGeometry>
        </mxCell>
        <mxCell id="DqHyfR3eGS3xM4o2pyak-13" edge="1" parent="1" source="DqHyfR3eGS3xM4o2pyak-10" style="html=1;verticalAlign=bottom;startArrow=oval;endArrow=block;startSize=8;edgeStyle=elbowEdgeStyle;elbow=vertical;curved=0;rounded=0;" target="DqHyfR3eGS3xM4o2pyak-12" value="Find a property">
          <mxGeometry relative="1" x="-0.6456" y="5" as="geometry">
            <mxPoint as="offset" />
            <Array as="points">
              <mxPoint x="2270" y="215" />
            </Array>
            <mxPoint x="1900" y="215" as="sourcePoint" />
            <mxPoint x="2270" y="215" as="targetPoint" />
          </mxGeometry>
        </mxCell>
        <mxCell id="7Z1T8ZwHcXeBXznP6D7j-58" edge="1" parent="1" source="7Z1T8ZwHcXeBXznP6D7j-24" style="endArrow=classic;html=1;rounded=0;dashed=1;" value="">
          <mxGeometry height="50" relative="1" width="50" as="geometry">
            <Array as="points">
              <mxPoint x="720" y="1279.7" />
              <mxPoint x="710" y="1279.7" />
            </Array>
            <mxPoint x="740" y="1279.7" as="sourcePoint" />
            <mxPoint x="440" y="1279.7" as="targetPoint" />
          </mxGeometry>
        </mxCell>
        <mxCell id="DqHyfR3eGS3xM4o2pyak-15" edge="1" parent="1" style="html=1;verticalAlign=bottom;startArrow=oval;endArrow=block;startSize=8;edgeStyle=elbowEdgeStyle;elbow=vertical;curved=0;rounded=0;" value="Search Property">
          <mxGeometry relative="1" x="-0.2759" y="5" as="geometry">
            <mxPoint as="offset" />
            <Array as="points">
              <mxPoint x="2460" y="225" />
            </Array>
            <mxPoint x="2295" y="225" as="sourcePoint" />
            <mxPoint x="2585" y="225" as="targetPoint" />
          </mxGeometry>
        </mxCell>
        <mxCell id="7Z1T8ZwHcXeBXznP6D7j-59" edge="1" parent="1" style="endArrow=classic;html=1;rounded=0;dashed=1;" target="7Z1T8ZwHcXeBXznP6D7j-52" value="">
          <mxGeometry height="50" relative="1" width="50" as="geometry">
            <Array as="points" />
            <mxPoint x="430" y="1279.7" as="sourcePoint" />
            <mxPoint x="205" y="1279.7" as="targetPoint" />
          </mxGeometry>
        </mxCell>
        <mxCell id="DqHyfR3eGS3xM4o2pyak-17" edge="1" parent="1" source="68ymO_Sjnk0znAFFcrqy-6" style="html=1;verticalAlign=bottom;endArrow=open;dashed=1;endSize=8;edgeStyle=elbowEdgeStyle;elbow=vertical;curved=0;rounded=0;" target="DqHyfR3eGS3xM4o2pyak-10" value="Return property">
          <mxGeometry relative="1" x="-0.0072" as="geometry">
            <mxPoint as="offset" />
            <Array as="points">
              <mxPoint x="2340" y="260" />
            </Array>
            <mxPoint x="2550" y="260" as="sourcePoint" />
            <mxPoint x="2295" y="260" as="targetPoint" />
          </mxGeometry>
        </mxCell>
        <mxCell id="7Z1T8ZwHcXeBXznP6D7j-62" edge="1" parent="1" style="html=1;verticalAlign=bottom;startArrow=oval;endArrow=block;startSize=8;edgeStyle=elbowEdgeStyle;elbow=vertical;curved=0;rounded=0;" target="7Z1T8ZwHcXeBXznP6D7j-31" value="Login">
          <mxGeometry relative="1" x="0.0652" as="geometry">
            <mxPoint as="offset" />
            <mxPoint x="68.75" y="1380" as="sourcePoint" />
            <mxPoint x="181.25" y="1380" as="targetPoint" />
          </mxGeometry>
        </mxCell>
        <mxCell id="DqHyfR3eGS3xM4o2pyak-21" edge="1" parent="1" source="DqHyfR3eGS3xM4o2pyak-20" style="html=1;verticalAlign=bottom;startArrow=oval;endArrow=block;startSize=8;edgeStyle=elbowEdgeStyle;elbow=vertical;curved=0;rounded=0;exitX=1;exitY=0.125;exitDx=0;exitDy=0;exitPerimeter=0;" target="DqHyfR3eGS3xM4o2pyak-22" value="Create booking">
          <mxGeometry relative="1" x="-0.6456" y="5" as="geometry">
            <mxPoint as="offset" />
            <Array as="points">
              <mxPoint x="2160" y="300" />
            </Array>
            <mxPoint x="1900" y="300" as="sourcePoint" />
            <mxPoint x="2250" y="300" as="targetPoint" />
          </mxGeometry>
        </mxCell>
        <mxCell id="7Z1T8ZwHcXeBXznP6D7j-63" parent="1" style="html=1;points=[];perimeter=orthogonalPerimeter;outlineConnect=0;targetShapes=umlLifeline;portConstraint=eastwest;newEdgeStyle={&quot;edgeStyle&quot;:&quot;elbowEdgeStyle&quot;,&quot;elbow&quot;:&quot;vertical&quot;,&quot;curved&quot;:0,&quot;rounded&quot;:0};" value="" vertex="1">
          <mxGeometry height="40" width="10" x="250" y="1360" as="geometry" />
        </mxCell>
        <mxCell id="DqHyfR3eGS3xM4o2pyak-23" edge="1" parent="1" style="html=1;verticalAlign=bottom;startArrow=oval;endArrow=block;startSize=8;edgeStyle=elbowEdgeStyle;elbow=vertical;curved=0;rounded=0;" value="Check availibility">
          <mxGeometry relative="1" as="geometry">
            <mxPoint as="offset" />
            <Array as="points" />
            <mxPoint x="2295" y="307.1586206896552" as="sourcePoint" />
            <mxPoint x="2585" y="307.1586206896552" as="targetPoint" />
          </mxGeometry>
        </mxCell>
        <mxCell id="7Z1T8ZwHcXeBXznP6D7j-64" parent="1" style="html=1;points=[];perimeter=orthogonalPerimeter;outlineConnect=0;targetShapes=umlLifeline;portConstraint=eastwest;newEdgeStyle={&quot;edgeStyle&quot;:&quot;elbowEdgeStyle&quot;,&quot;elbow&quot;:&quot;vertical&quot;,&quot;curved&quot;:0,&quot;rounded&quot;:0};" value="" vertex="1">
          <mxGeometry height="40" width="10" x="310" y="1390" as="geometry" />
        </mxCell>
        <mxCell id="DqHyfR3eGS3xM4o2pyak-25" edge="1" parent="1" source="DqHyfR3eGS3xM4o2pyak-24" style="html=1;verticalAlign=bottom;endArrow=open;dashed=1;endSize=8;edgeStyle=elbowEdgeStyle;elbow=vertical;curved=0;rounded=0;" target="68ymO_Sjnk0znAFFcrqy-14" value="Return availibility">
          <mxGeometry relative="1" x="-0.0072" as="geometry">
            <mxPoint as="offset" />
            <Array as="points">
              <mxPoint x="2485" y="330" />
            </Array>
            <mxPoint x="2560" y="330" as="sourcePoint" />
            <mxPoint x="2310" y="330" as="targetPoint" />
          </mxGeometry>
        </mxCell>
        <mxCell id="7Z1T8ZwHcXeBXznP6D7j-67" edge="1" parent="1" style="endArrow=classic;html=1;rounded=0;" target="7Z1T8ZwHcXeBXznP6D7j-63" value="">
          <mxGeometry height="50" relative="1" width="50" as="geometry">
            <Array as="points" />
            <mxPoint x="200" y="1380" as="sourcePoint" />
            <mxPoint x="250" y="1330" as="targetPoint" />
          </mxGeometry>
        </mxCell>
        <mxCell id="DqHyfR3eGS3xM4o2pyak-27" edge="1" parent="1" style="html=1;verticalAlign=bottom;startArrow=oval;endArrow=block;startSize=8;edgeStyle=elbowEdgeStyle;elbow=vertical;curved=0;rounded=0;" target="DqHyfR3eGS3xM4o2pyak-26" value="Create booking">
          <mxGeometry relative="1" x="-0.0018" as="geometry">
            <mxPoint as="offset" />
            <Array as="points" />
            <mxPoint x="2295" y="369.99862068965524" as="sourcePoint" />
            <mxPoint x="2560" y="370" as="targetPoint" />
          </mxGeometry>
        </mxCell>
        <mxCell id="7Z1T8ZwHcXeBXznP6D7j-68" edge="1" parent="1" style="endArrow=classic;html=1;rounded=0;" value="">
          <mxGeometry height="50" relative="1" width="50" as="geometry">
            <mxPoint x="260" y="1400" as="sourcePoint" />
            <mxPoint x="310" y="1400" as="targetPoint" />
          </mxGeometry>
        </mxCell>
        <mxCell id="DqHyfR3eGS3xM4o2pyak-28" edge="1" parent="1" source="DqHyfR3eGS3xM4o2pyak-26" style="html=1;verticalAlign=bottom;endArrow=open;dashed=1;endSize=8;edgeStyle=elbowEdgeStyle;elbow=vertical;curved=0;rounded=0;" target="DqHyfR3eGS3xM4o2pyak-22" value="Return booking id">
          <mxGeometry relative="1" x="-0.0072" as="geometry">
            <mxPoint as="offset" />
            <Array as="points">
              <mxPoint x="2510" y="400" />
            </Array>
            <mxPoint x="2560" y="400" as="sourcePoint" />
            <mxPoint x="2310" y="400" as="targetPoint" />
          </mxGeometry>
        </mxCell>
        <mxCell id="7Z1T8ZwHcXeBXznP6D7j-69" edge="1" parent="1" style="endArrow=classic;html=1;rounded=0;" value="">
          <mxGeometry height="50" relative="1" width="50" as="geometry">
            <mxPoint x="320" y="1410" as="sourcePoint" />
            <mxPoint x="420" y="1410" as="targetPoint" />
          </mxGeometry>
        </mxCell>
        <mxCell id="DqHyfR3eGS3xM4o2pyak-29" edge="1" parent="1" source="DqHyfR3eGS3xM4o2pyak-22" style="html=1;verticalAlign=bottom;endArrow=open;dashed=1;endSize=8;edgeStyle=elbowEdgeStyle;elbow=vertical;curved=0;rounded=0;" target="DqHyfR3eGS3xM4o2pyak-20" value="Success">
          <mxGeometry relative="1" x="-0.0072" as="geometry">
            <mxPoint as="offset" />
            <Array as="points">
              <mxPoint x="2175" y="420" />
            </Array>
            <mxPoint x="2250" y="420" as="sourcePoint" />
            <mxPoint x="1960" y="420" as="targetPoint" />
          </mxGeometry>
        </mxCell>
        <mxCell id="R6YphOfNyNHtJLwu2XoU-5" parent="1" style="shape=umlLifeline;perimeter=lifelinePerimeter;whiteSpace=wrap;html=1;container=0;dropTarget=0;collapsible=0;recursiveResize=0;outlineConnect=0;portConstraint=eastwest;newEdgeStyle={&quot;edgeStyle&quot;:&quot;elbowEdgeStyle&quot;,&quot;elbow&quot;:&quot;vertical&quot;,&quot;curved&quot;:0,&quot;rounded&quot;:0};" value="DataBase" vertex="1">
          <mxGeometry height="300" width="100" x="1270" y="65" as="geometry" />
        </mxCell>
        <mxCell id="R6YphOfNyNHtJLwu2XoU-6" parent="R6YphOfNyNHtJLwu2XoU-5" style="html=1;points=[];perimeter=orthogonalPerimeter;outlineConnect=0;targetShapes=umlLifeline;portConstraint=eastwest;newEdgeStyle={&quot;edgeStyle&quot;:&quot;elbowEdgeStyle&quot;,&quot;elbow&quot;:&quot;vertical&quot;,&quot;curved&quot;:0,&quot;rounded&quot;:0};" value="" vertex="1">
          <mxGeometry height="240" width="10" x="45" y="60" as="geometry" />
        </mxCell>
        <mxCell id="R6YphOfNyNHtJLwu2XoU-33" parent="R6YphOfNyNHtJLwu2XoU-5" style="html=1;points=[[0,0,0,0,5],[0,1,0,0,-5],[1,0,0,0,5],[1,1,0,0,-5]];perimeter=orthogonalPerimeter;outlineConnect=0;targetShapes=umlLifeline;portConstraint=eastwest;newEdgeStyle={&quot;curved&quot;:0,&quot;rounded&quot;:0};" value="" vertex="1">
          <mxGeometry height="70" width="10" x="35" y="70" as="geometry" />
        </mxCell>
        <mxCell id="7Z1T8ZwHcXeBXznP6D7j-71" parent="1" style="text;html=1;whiteSpace=wrap;strokeColor=none;fillColor=none;align=center;verticalAlign=middle;rounded=0;" value="&lt;div&gt;Customer&lt;/div&gt;" vertex="1">
          <mxGeometry height="30" width="60" x="225" y="1340" as="geometry" />
        </mxCell>
        <mxCell id="R6YphOfNyNHtJLwu2XoU-7" edge="1" parent="1" source="R6YphOfNyNHtJLwu2XoU-9" style="html=1;verticalAlign=bottom;endArrow=block;edgeStyle=elbowEdgeStyle;elbow=vertical;curved=0;rounded=0;" value="">
          <mxGeometry relative="1" x="0.0616" as="geometry">
            <mxPoint as="offset" />
            <Array as="points">
              <mxPoint x="970" y="145" />
            </Array>
            <mxPoint x="725" y="145" as="sourcePoint" />
            <mxPoint x="1010" y="145" as="targetPoint" />
          </mxGeometry>
        </mxCell>
        <mxCell id="7Z1T8ZwHcXeBXznP6D7j-72" parent="1" style="text;html=1;whiteSpace=wrap;strokeColor=none;fillColor=none;align=center;verticalAlign=middle;rounded=0;" value="Host" vertex="1">
          <mxGeometry height="30" width="60" x="285" y="1360" as="geometry" />
        </mxCell>
        <mxCell id="R6YphOfNyNHtJLwu2XoU-8" parent="1" style="shape=umlLifeline;perimeter=lifelinePerimeter;whiteSpace=wrap;html=1;container=0;dropTarget=0;collapsible=0;recursiveResize=0;outlineConnect=0;portConstraint=eastwest;newEdgeStyle={&quot;edgeStyle&quot;:&quot;elbowEdgeStyle&quot;,&quot;elbow&quot;:&quot;vertical&quot;,&quot;curved&quot;:0,&quot;rounded&quot;:0};" value="API" vertex="1">
          <mxGeometry height="300" width="100" x="780" y="55" as="geometry" />
        </mxCell>
        <mxCell id="R6YphOfNyNHtJLwu2XoU-9" parent="R6YphOfNyNHtJLwu2XoU-8" style="html=1;points=[];perimeter=orthogonalPerimeter;outlineConnect=0;targetShapes=umlLifeline;portConstraint=eastwest;newEdgeStyle={&quot;edgeStyle&quot;:&quot;elbowEdgeStyle&quot;,&quot;elbow&quot;:&quot;vertical&quot;,&quot;curved&quot;:0,&quot;rounded&quot;:0};" value="" vertex="1">
          <mxGeometry height="240" width="10" x="45" y="70" as="geometry" />
        </mxCell>
        <mxCell id="R6YphOfNyNHtJLwu2XoU-31" parent="R6YphOfNyNHtJLwu2XoU-8" style="html=1;points=[[0,0,0,0,5],[0,1,0,0,-5],[1,0,0,0,5],[1,1,0,0,-5]];perimeter=orthogonalPerimeter;outlineConnect=0;targetShapes=umlLifeline;portConstraint=eastwest;newEdgeStyle={&quot;curved&quot;:0,&quot;rounded&quot;:0};" value="" vertex="1">
          <mxGeometry height="70" width="10" x="55" y="80" as="geometry" />
        </mxCell>
        <mxCell id="7Z1T8ZwHcXeBXznP6D7j-76" edge="1" parent="1" style="endArrow=classic;html=1;rounded=0;" value="">
          <mxGeometry height="50" relative="1" width="50" as="geometry">
            <mxPoint x="260" y="1370" as="sourcePoint" />
            <mxPoint x="420" y="1370" as="targetPoint" />
          </mxGeometry>
        </mxCell>
        <mxCell id="R6YphOfNyNHtJLwu2XoU-11" parent="1" style="shape=umlLifeline;perimeter=lifelinePerimeter;whiteSpace=wrap;html=1;container=0;dropTarget=0;collapsible=0;recursiveResize=0;outlineConnect=0;portConstraint=eastwest;newEdgeStyle={&quot;edgeStyle&quot;:&quot;elbowEdgeStyle&quot;,&quot;elbow&quot;:&quot;vertical&quot;,&quot;curved&quot;:0,&quot;rounded&quot;:0};" value="&lt;div&gt;Backend&lt;/div&gt;" vertex="1">
          <mxGeometry height="300" width="100" x="970" y="55" as="geometry" />
        </mxCell>
        <mxCell id="R6YphOfNyNHtJLwu2XoU-12" parent="R6YphOfNyNHtJLwu2XoU-11" style="html=1;points=[];perimeter=orthogonalPerimeter;outlineConnect=0;targetShapes=umlLifeline;portConstraint=eastwest;newEdgeStyle={&quot;edgeStyle&quot;:&quot;elbowEdgeStyle&quot;,&quot;elbow&quot;:&quot;vertical&quot;,&quot;curved&quot;:0,&quot;rounded&quot;:0};" value="" vertex="1">
          <mxGeometry height="190" width="10" x="45" y="70" as="geometry" />
        </mxCell>
        <mxCell id="R6YphOfNyNHtJLwu2XoU-32" parent="R6YphOfNyNHtJLwu2XoU-11" style="html=1;points=[[0,0,0,0,5],[0,1,0,0,-5],[1,0,0,0,5],[1,1,0,0,-5]];perimeter=orthogonalPerimeter;outlineConnect=0;targetShapes=umlLifeline;portConstraint=eastwest;newEdgeStyle={&quot;curved&quot;:0,&quot;rounded&quot;:0};" value="" vertex="1">
          <mxGeometry height="70" width="10" x="35" y="80" as="geometry" />
        </mxCell>
        <mxCell id="7Z1T8ZwHcXeBXznP6D7j-83" edge="1" parent="1" style="endArrow=classic;html=1;rounded=0;" target="7Z1T8ZwHcXeBXznP6D7j-24" value="">
          <mxGeometry height="50" relative="1" width="50" as="geometry">
            <mxPoint x="430" y="1379.71" as="sourcePoint" />
            <mxPoint x="590" y="1379.71" as="targetPoint" />
          </mxGeometry>
        </mxCell>
-         <mxCell id="R6YphOfNyNHtJLwu2XoU-14" parent="1" style="text;html=1;whiteSpace=wrap;strokeColor=none;fillColor=none;align=center;verticalAlign=middle;rounded=0;" value="Register User" vertex="1">
-           <mxGeometry height="30" width="100" x="665" y="40" as="geometry" />
-         </mxCell>
        <mxCell id="7Z1T8ZwHcXeBXznP6D7j-84" edge="1" parent="1" source="7Z1T8ZwHcXeBXznP6D7j-82" style="endArrow=none;dashed=1;html=1;dashPattern=1 3;strokeWidth=2;rounded=0;startArrow=classic;startFill=1;" value="">
          <mxGeometry height="50" relative="1" width="50" as="geometry">
            <mxPoint x="595.25" y="1400" as="sourcePoint" />
            <mxPoint x="765.25" y="1400" as="targetPoint" />
          </mxGeometry>
        </mxCell>
        <mxCell id="R6YphOfNyNHtJLwu2XoU-15" parent="1" style="text;html=1;whiteSpace=wrap;strokeColor=none;fillColor=none;align=center;verticalAlign=middle;rounded=0;" value="Validate" vertex="1">
          <mxGeometry height="30" width="60" x="840" y="95" as="geometry" />
        </mxCell>
        <mxCell id="7Z1T8ZwHcXeBXznP6D7j-85" edge="1" parent="1" source="7Z1T8ZwHcXeBXznP6D7j-60" style="endArrow=none;dashed=1;html=1;dashPattern=1 3;strokeWidth=2;rounded=0;startArrow=classic;startFill=1;" value="">
          <mxGeometry height="50" relative="1" width="50" as="geometry">
            <mxPoint x="210" y="1440" as="sourcePoint" />
            <mxPoint x="430" y="1440" as="targetPoint" />
          </mxGeometry>
        </mxCell>
        <mxCell id="R6YphOfNyNHtJLwu2XoU-16" parent="1" style="text;html=1;whiteSpace=wrap;strokeColor=none;fillColor=none;align=center;verticalAlign=middle;rounded=0;" value="Process Request" vertex="1">
          <mxGeometry height="30" width="60" x="955" y="95" as="geometry" />
        </mxCell>
        <mxCell id="7Z1T8ZwHcXeBXznP6D7j-86" edge="1" parent="1" style="endArrow=none;dashed=1;html=1;dashPattern=1 3;strokeWidth=2;rounded=0;startArrow=classic;startFill=1;" value="">
          <mxGeometry height="50" relative="1" width="50" as="geometry">
            <mxPoint x="70.25" y="1430" as="sourcePoint" />
            <mxPoint x="190" y="1430" as="targetPoint" />
          </mxGeometry>
        </mxCell>
        <mxCell id="R6YphOfNyNHtJLwu2XoU-17" parent="1" style="text;html=1;whiteSpace=wrap;strokeColor=none;fillColor=none;align=center;verticalAlign=middle;rounded=0;" value="Save Data" vertex="1">
          <mxGeometry height="30" width="60" x="1140" y="105" as="geometry" />
        </mxCell>
        <mxCell id="7Z1T8ZwHcXeBXznP6D7j-87" parent="1" style="text;html=1;whiteSpace=wrap;strokeColor=none;fillColor=none;align=center;verticalAlign=middle;rounded=0;" value="Aaron" vertex="1">
          <mxGeometry height="30" width="60" x="280" y="1020" as="geometry" />
        </mxCell>
        <mxCell id="R6YphOfNyNHtJLwu2XoU-18" parent="1" style="text;html=1;whiteSpace=wrap;strokeColor=none;fillColor=none;align=center;verticalAlign=middle;rounded=0;" value="Confirm save" vertex="1">
          <mxGeometry height="30" width="80" x="1125.25" y="165" as="geometry" />
        </mxCell>
        <mxCell id="7Z1T8ZwHcXeBXznP6D7j-88" edge="1" parent="1" source="7Z1T8ZwHcXeBXznP6D7j-87" style="edgeStyle=orthogonalEdgeStyle;rounded=0;orthogonalLoop=1;jettySize=auto;html=1;exitX=0.5;exitY=0;exitDx=0;exitDy=0;" target="7Z1T8ZwHcXeBXznP6D7j-87">
          <mxGeometry relative="1" as="geometry" />
        </mxCell>
        <mxCell id="R6YphOfNyNHtJLwu2XoU-19" parent="1" style="text;html=1;whiteSpace=wrap;strokeColor=none;fillColor=none;align=center;verticalAlign=middle;rounded=0;" value="Return Response" vertex="1">
          <mxGeometry height="30" width="60" x="900" y="155" as="geometry" />
        </mxCell>
        <mxCell id="7Z1T8ZwHcXeBXznP6D7j-89" parent="1" style="text;html=1;whiteSpace=wrap;strokeColor=none;fillColor=none;align=center;verticalAlign=middle;rounded=0;" value="&lt;div&gt;The Pain Cycle&lt;/div&gt;" vertex="1">
          <mxGeometry height="30" width="60" x="310" y="960" as="geometry" />
        </mxCell>
        <mxCell id="R6YphOfNyNHtJLwu2XoU-20" parent="1" style="text;html=1;whiteSpace=wrap;strokeColor=none;fillColor=none;align=center;verticalAlign=middle;rounded=0;" value="Return Succes/Failure" vertex="1">
-           <mxGeometry height="30" width="140" x="645" y="230" as="geometry" />
+           <mxGeometry height="30" width="140" x="650" y="185" as="geometry" />
        </mxCell>
        <mxCell id="R6YphOfNyNHtJLwu2XoU-21" edge="1" parent="1" source="R6YphOfNyNHtJLwu2XoU-12" style="endArrow=classic;html=1;rounded=0;" target="R6YphOfNyNHtJLwu2XoU-5" value="">
          <mxGeometry height="50" relative="1" width="50" as="geometry">
            <Array as="points">
              <mxPoint x="1180" y="145" />
            </Array>
            <mxPoint x="1020" y="185" as="sourcePoint" />
            <mxPoint x="1070" y="135" as="targetPoint" />
          </mxGeometry>
        </mxCell>
        <mxCell id="R6YphOfNyNHtJLwu2XoU-22" edge="1" parent="1" style="endArrow=classic;html=1;rounded=0;dashed=1;" value="">
          <mxGeometry height="50" relative="1" width="50" as="geometry">
            <Array as="points">
              <mxPoint x="1165.25" y="195" />
            </Array>
            <mxPoint x="1314.75" y="194.9999999999999" as="sourcePoint" />
            <mxPoint x="1025.25" y="194.9999999999999" as="targetPoint" />
          </mxGeometry>
        </mxCell>
        <mxCell id="R6YphOfNyNHtJLwu2XoU-23" edge="1" parent="1" style="endArrow=classic;html=1;rounded=0;dashed=1;" value="">
          <mxGeometry height="50" relative="1" width="50" as="geometry">
            <Array as="points">
              <mxPoint x="925.5" y="195" />
            </Array>
            <mxPoint x="1015" y="194.9999999999999" as="sourcePoint" />
            <mxPoint x="835.5" y="194.9999999999999" as="targetPoint" />
          </mxGeometry>
        </mxCell>
        <mxCell id="R6YphOfNyNHtJLwu2XoU-25" edge="1" parent="1" style="html=1;verticalAlign=bottom;startArrow=oval;endArrow=block;startSize=8;edgeStyle=elbowEdgeStyle;elbow=vertical;curved=0;rounded=0;" target="R6YphOfNyNHtJLwu2XoU-8" value="">
          <mxGeometry relative="1" x="-0.3939" y="10" as="geometry">
            <mxPoint as="offset" />
            <mxPoint x="615" y="145" as="sourcePoint" />
            <mxPoint x="670" y="145" as="targetPoint" />
          </mxGeometry>
        </mxCell>
        <mxCell id="R6YphOfNyNHtJLwu2XoU-30" edge="1" parent="1" source="R6YphOfNyNHtJLwu2XoU-27" style="edgeStyle=orthogonalEdgeStyle;rounded=0;orthogonalLoop=1;jettySize=auto;html=1;exitX=0.5;exitY=0.5;exitDx=0;exitDy=0;exitPerimeter=0;dashed=1;dashPattern=1 1;endArrow=none;endFill=0;">
          <mxGeometry relative="1" as="geometry">
            <mxPoint x="610.2857142857142" y="370" as="targetPoint" />
          </mxGeometry>
        </mxCell>
        <mxCell id="R6YphOfNyNHtJLwu2XoU-27" parent="1" style="shape=umlActor;verticalLabelPosition=bottom;verticalAlign=top;html=1;" value="User" vertex="1">
-           <mxGeometry height="60" width="30" x="595" y="20" as="geometry" />
+           <mxGeometry height="60" width="30" x="595" y="10" as="geometry" />
        </mxCell>
        <mxCell id="R6YphOfNyNHtJLwu2XoU-2" parent="1" style="html=1;points=[];perimeter=orthogonalPerimeter;outlineConnect=0;targetShapes=umlLifeline;portConstraint=eastwest;newEdgeStyle={&quot;edgeStyle&quot;:&quot;elbowEdgeStyle&quot;,&quot;elbow&quot;:&quot;vertical&quot;,&quot;curved&quot;:0,&quot;rounded&quot;:0};" value="" vertex="1">
          <mxGeometry height="190" width="10" x="605" y="125" as="geometry" />
        </mxCell>
        <mxCell id="R6YphOfNyNHtJLwu2XoU-3" edge="1" parent="1" style="html=1;verticalAlign=bottom;startArrow=oval;endArrow=block;startSize=8;edgeStyle=elbowEdgeStyle;elbow=vertical;curved=0;rounded=0;" target="R6YphOfNyNHtJLwu2XoU-2" value="dispatch">
          <mxGeometry relative="1" as="geometry">
            <mxPoint x="545" y="125" as="sourcePoint" />
          </mxGeometry>
        </mxCell>
        <mxCell id="R6YphOfNyNHtJLwu2XoU-26" parent="1" style="html=1;points=[[0,0,0,0,5],[0,1,0,0,-5],[1,0,0,0,5],[1,1,0,0,-5]];perimeter=orthogonalPerimeter;outlineConnect=0;targetShapes=umlLifeline;portConstraint=eastwest;newEdgeStyle={&quot;curved&quot;:0,&quot;rounded&quot;:0};" value="" vertex="1">
-           <mxGeometry height="135" width="10" x="615" y="135" as="geometry" />
+           <mxGeometry height="95" width="10" x="615" y="135" as="geometry" />
        </mxCell>
        <mxCell id="R6YphOfNyNHtJLwu2XoU-24" edge="1" parent="1" style="endArrow=classic;html=1;rounded=0;dashed=1;" value="">
          <mxGeometry height="50" relative="1" width="50" as="geometry">
            <Array as="points">
-               <mxPoint x="725" y="260" />
-             </Array>
-             <mxPoint x="824.5" y="259.9999999999999" as="sourcePoint" />
-             <mxPoint x="615" y="259.9999999999999" as="targetPoint" />
-           </mxGeometry>
+               <mxPoint x="725" y="219.7" />
+             </Array>
+             <mxPoint x="824.5" y="219.69999999999987" as="sourcePoint" />
+             <mxPoint x="615" y="219.69999999999987" as="targetPoint" />
+           </mxGeometry>
+         </mxCell>
+         <mxCell id="rKN2OIOCl2Xoklgr7IGd-1" parent="1" style="shape=umlFrame;whiteSpace=wrap;html=1;pointerEvents=0;" value="Register User" vertex="1">
+           <mxGeometry height="75" width="212.5" x="615" y="100" as="geometry" />
+         </mxCell>
+         <mxCell id="rKN2OIOCl2Xoklgr7IGd-2" parent="1" style="text;html=1;whiteSpace=wrap;strokeColor=none;fillColor=none;align=center;verticalAlign=middle;rounded=0;" value="Is-host" vertex="1">
+           <mxGeometry height="30" width="60" x="690" y="110" as="geometry" />
+         </mxCell>
+         <mxCell id="rKN2OIOCl2Xoklgr7IGd-3" parent="1" style="text;html=1;whiteSpace=wrap;strokeColor=none;fillColor=none;align=center;verticalAlign=middle;rounded=0;" value="Is-customer" vertex="1">
+           <mxGeometry height="30" width="90" x="675" y="145" as="geometry" />
        </mxCell>
      </root>
    </mxGraphModel>
  </diagram>
</mxfile>
